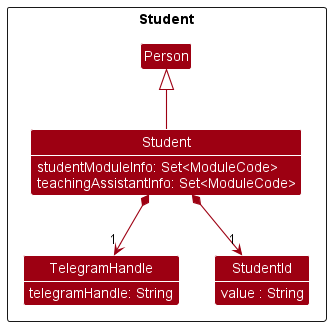
Before: docs/images/StudentClassDiagram.png, a diagram exported from PlantUML (nus-cs2103-AY2223S1/tp).
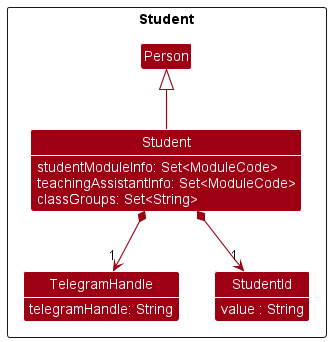
After the change.

What changed in the source:
```diff
@@ -15,6 +15,7 @@
     class Student extends Person {
         studentModuleInfo: Set<ModuleCode>
         teachingAssistantInfo: Set<ModuleCode>
+        classGroups: Set<String>
     }
 
     class TelegramHandle {
```
